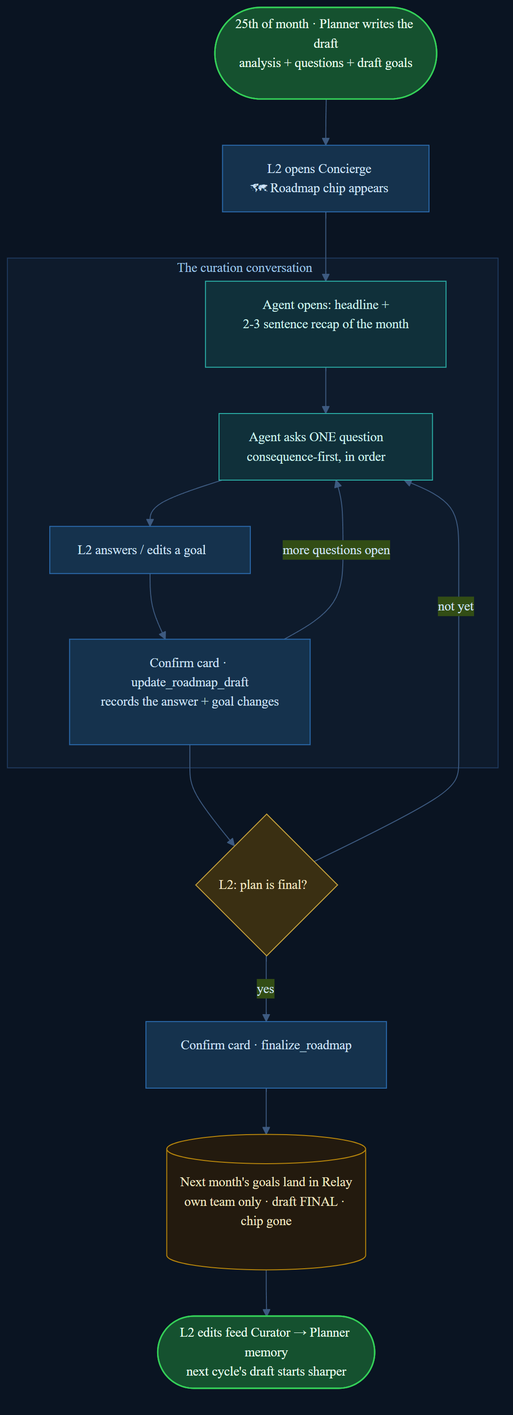
Before: diagrams/agents/planner-concierge.png, a diagram exported from Mermaid (Venkatganeshreddy/CD_Relay). Its source is kept beside it as diagrams/agents/planner-concierge.mmd. Source of this version:
```mermaid
%%{init: {'theme':'base','themeVariables':{'fontFamily':'ui-monospace, monospace','fontSize':'14px','lineColor':'#3d5a80','primaryColor':'#15324d','primaryTextColor':'#cfe3f7','primaryBorderColor':'#2b6cb0','clusterBkg':'#0e1b2c','clusterBorder':'#1f3a5f'}}}%%
flowchart TD
  s([25th of month · Planner writes the draft<br/>analysis + questions + draft goals]):::start

  chip[L2 opens Concierge<br/>🗺 Roadmap chip appears]:::proc
  s --> chip

  subgraph CONV[The curation conversation]
    open[Agent opens: headline +<br/>2-3 sentence recap of the month]:::model
    q[Agent asks ONE question<br/>consequence-first, in order]:::model
    ans[L2 answers / edits a goal]:::proc
    card[Confirm card · update_roadmap_draft<br/>records the answer + goal changes]:::proc
    open --> q --> ans --> card
    card -- more questions open --> q
  end
  chip --> open

  d{L2: plan is final?}:::dec
  card --> d
  d -- not yet --> q

  fin[Confirm card · finalize_roadmap]:::proc
  d -- yes --> fin

  g[(Next month's goals land in Relay<br/>own team only · draft FINAL · chip gone)]:::store
  fin --> g

  learn([L2 edits feed Curator → Planner memory<br/>next cycle's draft starts sharper]):::start
  g --> learn

  classDef start fill:#15512f,stroke:#34d058,color:#eafff0,stroke-width:1.5px
  classDef proc fill:#15324d,stroke:#2b6cb0,color:#cfe3f7
  classDef dec fill:#3a2f12,stroke:#caa53d,color:#f3e7c2
  classDef model fill:#10303a,stroke:#2bb0a8,color:#cdf3ee
  classDef store fill:#231a0e,stroke:#b8860b,color:#f0e6c0
```
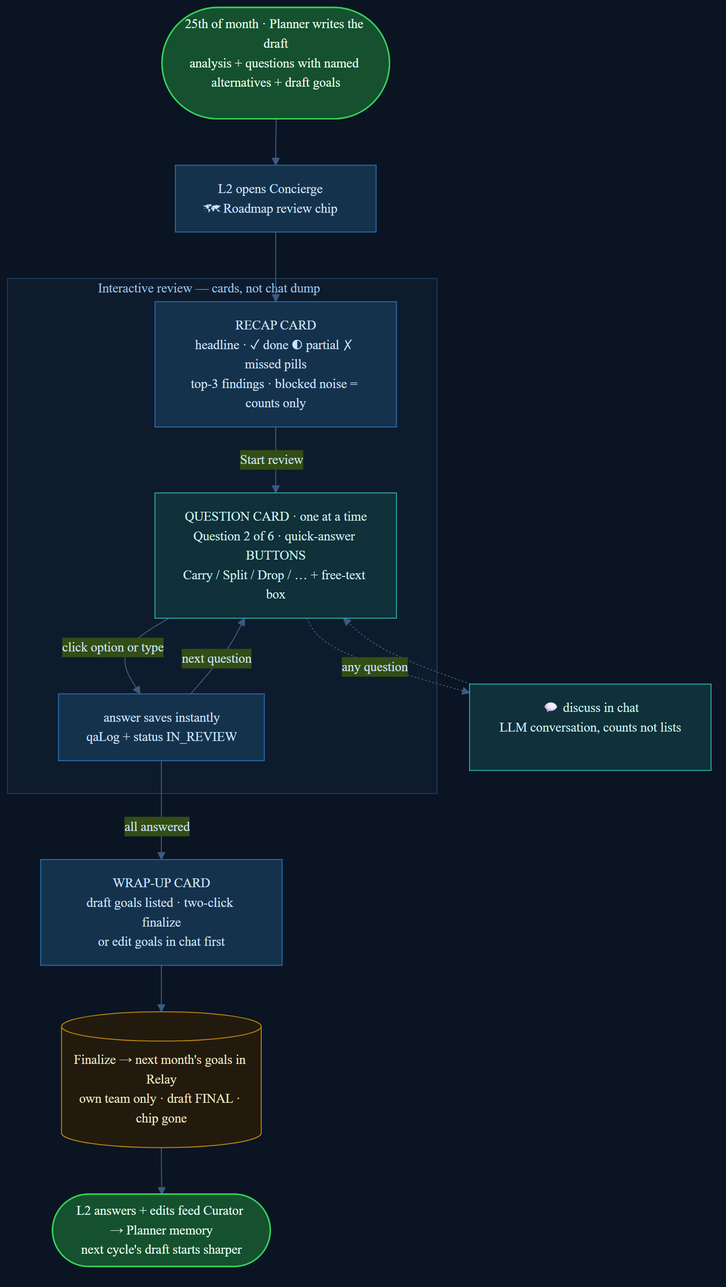
After the change.

Commit message:
docs(mrc): updated Concierge flow (interactive cards) + plain-language general flow

The edit, as a diff of the source:
```diff
@@ -1,35 +1,34 @@
 %%{init: {'theme':'base','themeVariables':{'fontFamily':'ui-monospace, monospace','fontSize':'14px','lineColor':'#3d5a80','primaryColor':'#15324d','primaryTextColor':'#cfe3f7','primaryBorderColor':'#2b6cb0','clusterBkg':'#0e1b2c','clusterBorder':'#1f3a5f'}}}%%
 flowchart TD
-  s([25th of month · Planner writes the draft<br/>analysis + questions + draft goals]):::start
+  s([25th of month · Planner writes the draft<br/>analysis + questions with named alternatives + draft goals]):::start
 
-  chip[L2 opens Concierge<br/>🗺 Roadmap chip appears]:::proc
+  chip[L2 opens Concierge<br/>🗺 Roadmap review chip]:::proc
   s --> chip
 
-  subgraph CONV[The curation conversation]
-    open[Agent opens: headline +<br/>2-3 sentence recap of the month]:::model
-    q[Agent asks ONE question<br/>consequence-first, in order]:::model
-    ans[L2 answers / edits a goal]:::proc
-    card[Confirm card · update_roadmap_draft<br/>records the answer + goal changes]:::proc
-    open --> q --> ans --> card
-    card -- more questions open --> q
+  subgraph W[Interactive review — cards, not chat dump]
+    recap[RECAP CARD<br/>headline · ✓ done ◐ partial ✗ missed pills<br/>top-3 findings · blocked noise = counts only]:::proc
+    qcard[QUESTION CARD · one at a time<br/>Question 2 of 6 · quick-answer BUTTONS<br/>Carry / Split / Drop / … + free-text box]:::model
+    save[answer saves instantly<br/>qaLog + status IN_REVIEW]:::proc
+    recap -- Start review --> qcard
+    qcard -- click option or type --> save
+    save -- next question --> qcard
   end
-  chip --> open
+  chip --> recap
 
-  d{L2: plan is final?}:::dec
-  card --> d
-  d -- not yet --> q
+  chat[💬 discuss in chat<br/>LLM conversation, counts not lists]:::model
+  qcard -. any question .-> chat
+  chat -.-> qcard
 
-  fin[Confirm card · finalize_roadmap]:::proc
-  d -- yes --> fin
+  wrap[WRAP-UP CARD<br/>draft goals listed · two-click finalize<br/>or edit goals in chat first]:::proc
+  save -- all answered --> wrap
 
-  g[(Next month's goals land in Relay<br/>own team only · draft FINAL · chip gone)]:::store
-  fin --> g
+  g[(Finalize → next month's goals in Relay<br/>own team only · draft FINAL · chip gone)]:::store
+  wrap --> g
 
-  learn([L2 edits feed Curator → Planner memory<br/>next cycle's draft starts sharper]):::start
+  learn([L2 answers + edits feed Curator → Planner memory<br/>next cycle's draft starts sharper]):::start
   g --> learn
 
   classDef start fill:#15512f,stroke:#34d058,color:#eafff0,stroke-width:1.5px
   classDef proc fill:#15324d,stroke:#2b6cb0,color:#cfe3f7
-  classDef dec fill:#3a2f12,stroke:#caa53d,color:#f3e7c2
   classDef model fill:#10303a,stroke:#2bb0a8,color:#cdf3ee
   classDef store fill:#231a0e,stroke:#b8860b,color:#f0e6c0
```
